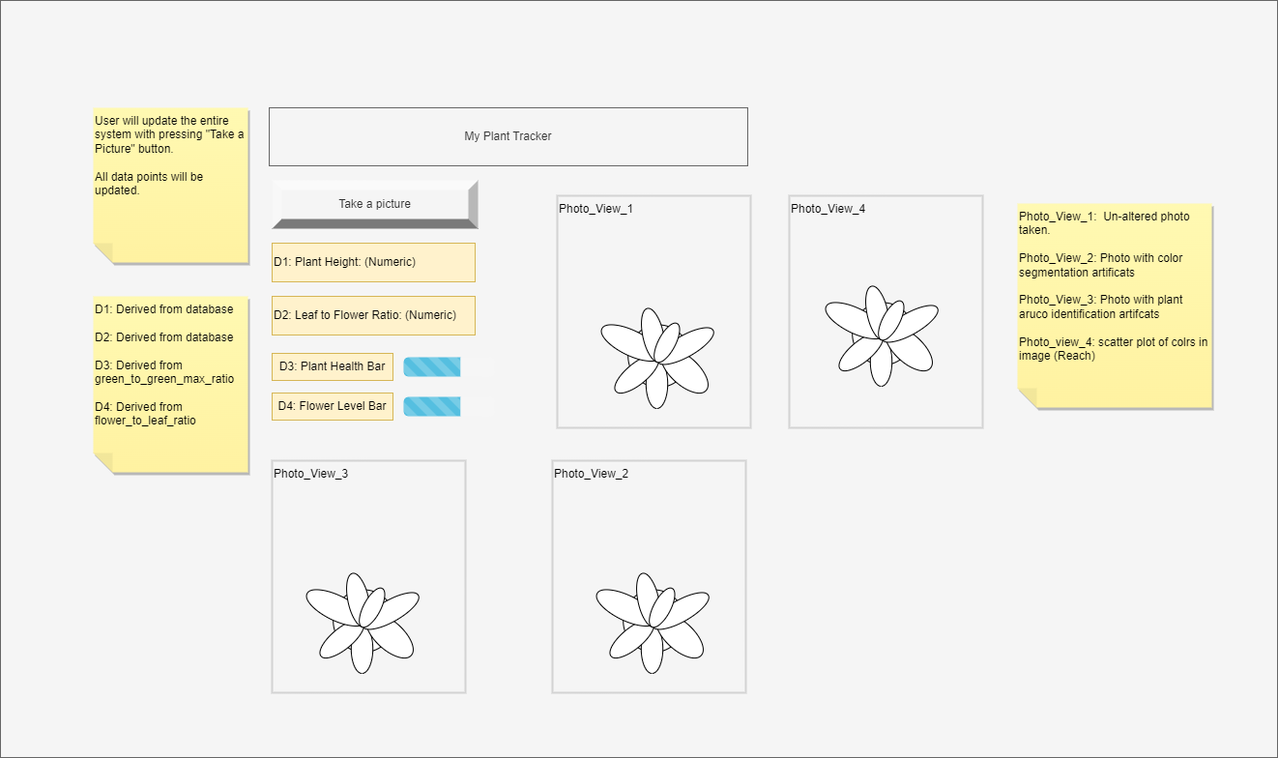
The draw.io diagram docs/block_diagram_flower_growth_tracker-view_GUI.drawio.png in JovanyZepeda/miniature-doodle, before a commit. Source tidied: cells renumbered, new cells last; positions are measured from the earlier drawing's top-left corner, leaving out a move shared by most shapes.
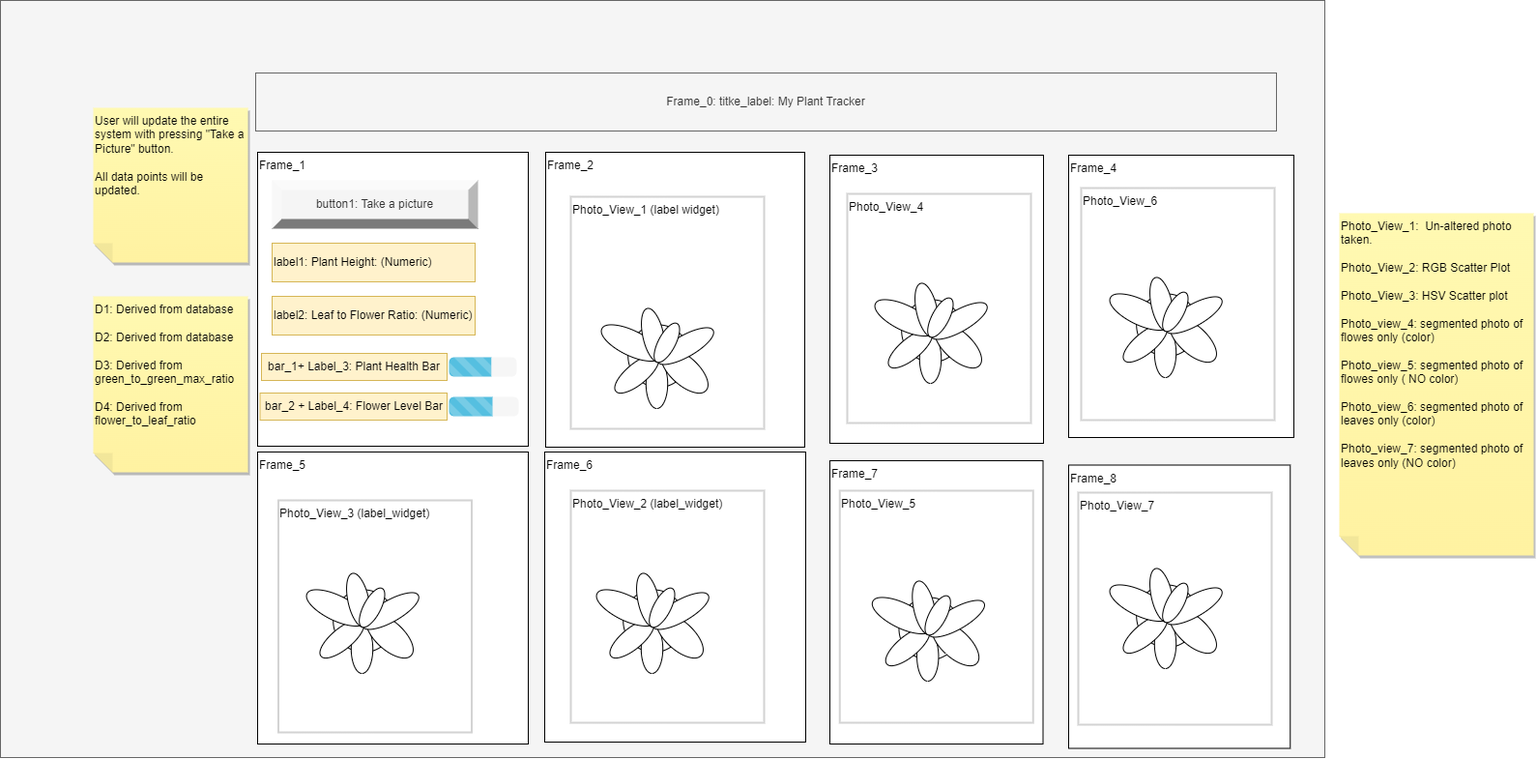
After the commit.

Diff of the diagram source:
```diff
@@ -3,58 +3,82 @@
     <mxCell id="0" />
     <mxCell id="1" parent="0" />
     <mxCell id="2" style="rounded=0;whiteSpace=wrap;html=1;fillColor=#f5f5f5;fontColor=#333333;strokeColor=#666666;" parent="1" vertex="1">
-      <mxGeometry width="1321" height="783" as="geometry" />
+      <mxGeometry width="1370" height="783" as="geometry" />
     </mxCell>
+    <mxCell id="24" value="Frame_4" style="rounded=0;whiteSpace=wrap;html=1;verticalAlign=top;align=left;" parent="1" vertex="1">
+      <mxGeometry x="1105" y="160" width="233" height="292" as="geometry" />
+    </mxCell>
+    <mxCell id="25" value="Frame_7" style="rounded=0;whiteSpace=wrap;html=1;verticalAlign=top;align=left;" parent="1" vertex="1">
+      <mxGeometry x="858" y="476" width="220.5" height="293" as="geometry" />
+    </mxCell>
+    <mxCell id="26" value="Frame_8" style="rounded=0;whiteSpace=wrap;html=1;verticalAlign=top;align=left;" parent="1" vertex="1">
+      <mxGeometry x="1105" y="480.5" width="229.2" height="293" as="geometry" />
+    </mxCell>
+    <mxCell id="27" value="Frame_3" style="rounded=0;whiteSpace=wrap;html=1;verticalAlign=top;align=left;" parent="1" vertex="1">
+      <mxGeometry x="858" y="160" width="221" height="298" as="geometry" />
+    </mxCell>
+    <mxCell id="28" value="Frame_6" style="rounded=0;whiteSpace=wrap;html=1;verticalAlign=top;align=left;" parent="1" vertex="1">
+      <mxGeometry x="563" y="467" width="270" height="300" as="geometry" />
+    </mxCell>
+    <mxCell id="29" value="Frame_2" style="rounded=0;whiteSpace=wrap;html=1;verticalAlign=top;align=left;" parent="1" vertex="1">
+      <mxGeometry x="564" y="157" width="268" height="305" as="geometry" />
+    </mxCell>
+    <mxCell id="30" value="Frame_5" style="rounded=0;whiteSpace=wrap;html=1;verticalAlign=top;align=left;" parent="1" vertex="1">
+      <mxGeometry x="266" y="467" width="280" height="302" as="geometry" />
+    </mxCell>
+    <mxCell id="31" value="Frame_1" style="rounded=0;whiteSpace=wrap;html=1;verticalAlign=top;align=left;" parent="1" vertex="1">
+      <mxGeometry x="266" y="157" width="280" height="304" as="geometry" />
+    </mxCell>
-    <mxCell id="3" value="Take a picture" style="labelPosition=center;verticalLabelPosition=middle;align=center;html=1;shape=mxgraph.basic.shaded_button;dx=10;fillColor=#f5f5f5;strokeColor=#666666;whiteSpace=wrap;fontColor=#333333;" parent="1" vertex="1">
+    <mxCell id="3" value="button1: Take a picture" style="labelPosition=center;verticalLabelPosition=middle;align=center;html=1;shape=mxgraph.basic.shaded_button;dx=10;fillColor=#f5f5f5;strokeColor=#666666;whiteSpace=wrap;fontColor=#333333;" parent="1" vertex="1">
       <mxGeometry x="281" y="186" width="213" height="50" as="geometry" />
     </mxCell>
-    <mxCell id="4" value="Photo_View_1" style="rounded=0;whiteSpace=wrap;html=1;fillColor=none;strokeColor=#d3d3d3;strokeWidth=2;verticalAlign=top;align=left;" parent="1" vertex="1">
-      <mxGeometry x="576" y="202" width="200" height="240" as="geometry" />
+    <mxCell id="4" value="Photo_View_1 (label widget)" style="rounded=0;whiteSpace=wrap;html=1;fillColor=none;strokeColor=#d3d3d3;strokeWidth=2;verticalAlign=top;align=left;" parent="1" vertex="1">
+      <mxGeometry x="590" y="203" width="200" height="240" as="geometry" />
     </mxCell>
     <mxCell id="5" style="verticalLabelPosition=bottom;html=1;verticalAlign=top;align=center;shape=mxgraph.floorplan.plant;" parent="1" vertex="1">
       <mxGeometry x="626" y="312" width="100" height="110" as="geometry" />
     </mxCell>
-    <mxCell id="6" value="Photo_View_1:&amp;nbsp; Un-altered photo taken.&amp;nbsp;&lt;br&gt;&lt;br&gt;Photo_View_2: Photo with color segmentation artificats&lt;br&gt;&lt;br&gt;Photo_View_3: Photo with plant aruco identification artifcats&amp;nbsp;&lt;br&gt;&lt;br&gt;Photo_view_4: scatter plot of colrs in image (Reach)" style="shape=note;whiteSpace=wrap;html=1;backgroundOutline=1;fontColor=#000000;darkOpacity=0.05;fillColor=#FFF9B2;strokeColor=none;fillStyle=solid;direction=west;gradientDirection=north;gradientColor=#FFF2A1;shadow=1;size=20;verticalAlign=top;align=left;" parent="1" vertex="1">
-      <mxGeometry x="1052" y="210" width="201" height="211" as="geometry" />
+    <mxCell id="6" value="Photo_View_1:&amp;nbsp; Un-altered photo taken.&amp;nbsp;&lt;br&gt;&lt;br&gt;Photo_View_2: RGB Scatter Plot&lt;br style=&quot;border-color: var(--border-color);&quot;&gt;&lt;br&gt;Photo_View_3: HSV Scatter plot&lt;br&gt;&lt;br&gt;Photo_view_4: segmented photo of flowes only (color)&lt;br&gt;&lt;br&gt;Photo_view_5: segmented photo of flowes only ( NO color)&lt;br&gt;&lt;br style=&quot;border-color: var(--border-color);&quot;&gt;Photo_view_6: segmented photo of leaves only (color)&lt;br style=&quot;border-color: var(--border-color);&quot;&gt;&lt;br style=&quot;border-color: var(--border-color);&quot;&gt;Photo_view_7: segmented photo of leaves only (NO color)" style="shape=note;whiteSpace=wrap;html=1;backgroundOutline=1;fontColor=#000000;darkOpacity=0.05;fillColor=#FFF9B2;strokeColor=none;fillStyle=solid;direction=west;gradientDirection=north;gradientColor=#FFF2A1;shadow=1;size=20;verticalAlign=top;align=left;" parent="1" vertex="1">
+      <mxGeometry x="1385" y="220" width="201" height="354" as="geometry" />
     </mxCell>
-    <mxCell id="7" value="Photo_View_3" style="rounded=0;whiteSpace=wrap;html=1;fillColor=none;strokeColor=#d3d3d3;strokeWidth=2;verticalAlign=top;align=left;" parent="1" vertex="1">
-      <mxGeometry x="281" y="476" width="200" height="240" as="geometry" />
+    <mxCell id="7" value="Photo_View_3 (label_widget)" style="rounded=0;whiteSpace=wrap;html=1;fillColor=none;strokeColor=#d3d3d3;strokeWidth=2;verticalAlign=top;align=left;" parent="1" vertex="1">
+      <mxGeometry x="287.5" y="517" width="200" height="240" as="geometry" />
     </mxCell>
     <mxCell id="8" style="verticalLabelPosition=bottom;html=1;verticalAlign=top;align=center;shape=mxgraph.floorplan.plant;" parent="1" vertex="1">
       <mxGeometry x="321" y="586" width="100" height="110" as="geometry" />
     </mxCell>
-    <mxCell id="9" value="Photo_View_2" style="rounded=0;whiteSpace=wrap;html=1;fillColor=none;strokeColor=#d3d3d3;strokeWidth=2;verticalAlign=top;align=left;" parent="1" vertex="1">
-      <mxGeometry x="571" y="476" width="200" height="240" as="geometry" />
+    <mxCell id="9" value="Photo_View_2 (label_widget)" style="rounded=0;whiteSpace=wrap;html=1;fillColor=none;strokeColor=#d3d3d3;strokeWidth=2;verticalAlign=top;align=left;" parent="1" vertex="1">
+      <mxGeometry x="590" y="507" width="200" height="240" as="geometry" />
     </mxCell>
     <mxCell id="10" style="verticalLabelPosition=bottom;html=1;verticalAlign=top;align=center;shape=mxgraph.floorplan.plant;" parent="1" vertex="1">
       <mxGeometry x="621" y="586" width="100" height="110" as="geometry" />
     </mxCell>
-    <mxCell id="11" value="D1: Plant Height: (Numeric)" style="rounded=0;whiteSpace=wrap;html=1;align=left;fillColor=#fff2cc;strokeColor=#d6b656;" parent="1" vertex="1">
+    <mxCell id="11" value="label1: Plant Height: (Numeric)" style="rounded=0;whiteSpace=wrap;html=1;align=left;fillColor=#fff2cc;strokeColor=#d6b656;" parent="1" vertex="1">
       <mxGeometry x="281" y="251" width="210" height="40" as="geometry" />
     </mxCell>
-    <mxCell id="12" value="D2: Leaf to Flower Ratio: (Numeric)" style="rounded=0;whiteSpace=wrap;html=1;align=left;fillColor=#fff2cc;strokeColor=#d6b656;" parent="1" vertex="1">
+    <mxCell id="12" value="label2: Leaf to Flower Ratio: (Numeric)" style="rounded=0;whiteSpace=wrap;html=1;align=left;fillColor=#fff2cc;strokeColor=#d6b656;" parent="1" vertex="1">
       <mxGeometry x="281" y="306" width="210" height="40" as="geometry" />
     </mxCell>
     <mxCell id="13" style="html=1;shadow=0;dashed=0;shape=mxgraph.bootstrap.rrect;rSize=5;strokeColor=none;fillColor=#f6f6f6;whiteSpace=wrap;" parent="1" vertex="1">
-      <mxGeometry x="417" y="369" width="94" height="20" as="geometry" />
+      <mxGeometry x="464" y="369" width="70" height="20" as="geometry" />
     </mxCell>
     <mxCell id="14" style="html=1;shadow=0;dashed=0;shape=mxgraph.bootstrap.leftButtonStriped;fillColor=#55BFE0;fontColor=#FFFFFF;whiteSpace=wrap;" parent="13" vertex="1">
-      <mxGeometry width="58.8" height="20" as="geometry" />
+      <mxGeometry width="43.8" height="20" as="geometry" />
     </mxCell>
     <mxCell id="15" style="html=1;shadow=0;dashed=0;shape=mxgraph.bootstrap.rrect;rSize=5;strokeColor=none;fillColor=#f6f6f6;whiteSpace=wrap;" parent="1" vertex="1">
-      <mxGeometry x="417" y="410" width="94" height="20" as="geometry" />
+      <mxGeometry x="464" y="410" width="72" height="20" as="geometry" />
     </mxCell>
     <mxCell id="16" style="html=1;shadow=0;dashed=0;shape=mxgraph.bootstrap.leftButtonStriped;fillColor=#55BFE0;fontColor=#FFFFFF;whiteSpace=wrap;" parent="15" vertex="1">
-      <mxGeometry width="58.8" height="20" as="geometry" />
+      <mxGeometry width="45" height="20" as="geometry" />
     </mxCell>
-    <mxCell id="17" value="D3: Plant Health Bar" style="whiteSpace=wrap;html=1;fillColor=#fff2cc;strokeColor=#d6b656;" parent="1" vertex="1">
-      <mxGeometry x="281" y="365" width="125" height="28" as="geometry" />
+    <mxCell id="17" value="bar_1+ Label_3: Plant Health Bar" style="whiteSpace=wrap;html=1;fillColor=#fff2cc;strokeColor=#d6b656;" parent="1" vertex="1">
+      <mxGeometry x="270" y="365" width="192" height="28" as="geometry" />
     </mxCell>
-    <mxCell id="18" value="D4: Flower Level Bar" style="whiteSpace=wrap;html=1;fillColor=#fff2cc;strokeColor=#d6b656;" parent="1" vertex="1">
-      <mxGeometry x="281" y="406" width="125" height="28" as="geometry" />
+    <mxCell id="18" value="bar_2 + Label_4: Flower Level Bar" style="whiteSpace=wrap;html=1;fillColor=#fff2cc;strokeColor=#d6b656;" parent="1" vertex="1">
+      <mxGeometry x="268.5" y="406" width="193.5" height="28" as="geometry" />
     </mxCell>
-    <mxCell id="19" value="My Plant Tracker" style="rounded=0;whiteSpace=wrap;html=1;fillColor=#f5f5f5;fontColor=#333333;strokeColor=#666666;" parent="1" vertex="1">
-      <mxGeometry x="278" y="111" width="495" height="60" as="geometry" />
+    <mxCell id="19" value="Frame_0: titke_label: My Plant Tracker" style="rounded=0;whiteSpace=wrap;html=1;fillColor=#f5f5f5;fontColor=#333333;strokeColor=#666666;" parent="1" vertex="1">
+      <mxGeometry x="264" y="75" width="1056" height="60" as="geometry" />
     </mxCell>
     <mxCell id="20" value="User will update the entire system with pressing &quot;Take a Picture&quot; button.&amp;nbsp;&lt;br&gt;&lt;br&gt;All data points will be updated.&amp;nbsp;" style="shape=note;whiteSpace=wrap;html=1;backgroundOutline=1;fontColor=#000000;darkOpacity=0.05;fillColor=#FFF9B2;strokeColor=none;fillStyle=solid;direction=west;gradientDirection=north;gradientColor=#FFF2A1;shadow=1;size=20;align=left;verticalAlign=top;" parent="1" vertex="1">
       <mxGeometry x="96" y="111" width="160" height="160" as="geometry" />
@@ -63,10 +87,28 @@
       <mxGeometry x="96" y="306" width="160" height="182" as="geometry" />
     </mxCell>
     <mxCell id="22" value="Photo_View_4" style="rounded=0;whiteSpace=wrap;html=1;fillColor=none;strokeColor=#d3d3d3;strokeWidth=2;verticalAlign=top;align=left;" parent="1" vertex="1">
-      <mxGeometry x="816" y="202" width="200" height="240" as="geometry" />
+      <mxGeometry x="876" y="200" width="190" height="237" as="geometry" />
     </mxCell>
     <mxCell id="23" style="verticalLabelPosition=bottom;html=1;verticalAlign=top;align=center;shape=mxgraph.floorplan.plant;" parent="1" vertex="1">
-      <mxGeometry x="858" y="289" width="100" height="110" as="geometry" />
+      <mxGeometry x="909" y="286" width="100" height="110" as="geometry" />
     </mxCell>
+    <mxCell id="32" value="Photo_View_5" style="rounded=0;whiteSpace=wrap;html=1;fillColor=none;strokeColor=#d3d3d3;strokeWidth=2;verticalAlign=top;align=left;" parent="1" vertex="1">
+      <mxGeometry x="868.2" y="507" width="200" height="240" as="geometry" />
+    </mxCell>
+    <mxCell id="33" style="verticalLabelPosition=bottom;html=1;verticalAlign=top;align=center;shape=mxgraph.floorplan.plant;" parent="1" vertex="1">
+      <mxGeometry x="906.2" y="594" width="100" height="110" as="geometry" />
+    </mxCell>
+    <mxCell id="34" value="Photo_View_6" style="rounded=0;whiteSpace=wrap;html=1;fillColor=none;strokeColor=#d3d3d3;strokeWidth=2;verticalAlign=top;align=left;" parent="1" vertex="1">
+      <mxGeometry x="1118" y="194" width="200" height="240" as="geometry" />
+    </mxCell>
+    <mxCell id="35" style="verticalLabelPosition=bottom;html=1;verticalAlign=top;align=center;shape=mxgraph.floorplan.plant;" parent="1" vertex="1">
+      <mxGeometry x="1152" y="280" width="100" height="110" as="geometry" />
+    </mxCell>
+    <mxCell id="36" value="Photo_View_7" style="rounded=0;whiteSpace=wrap;html=1;fillColor=none;strokeColor=#d3d3d3;strokeWidth=2;verticalAlign=top;align=left;" parent="1" vertex="1">
+      <mxGeometry x="1115" y="509" width="200" height="240" as="geometry" />
+    </mxCell>
+    <mxCell id="37" style="verticalLabelPosition=bottom;html=1;verticalAlign=top;align=center;shape=mxgraph.floorplan.plant;" parent="1" vertex="1">
+      <mxGeometry x="1152" y="581" width="100" height="110" as="geometry" />
+    </mxCell>
   </root>
 </mxGraphModel>
```
